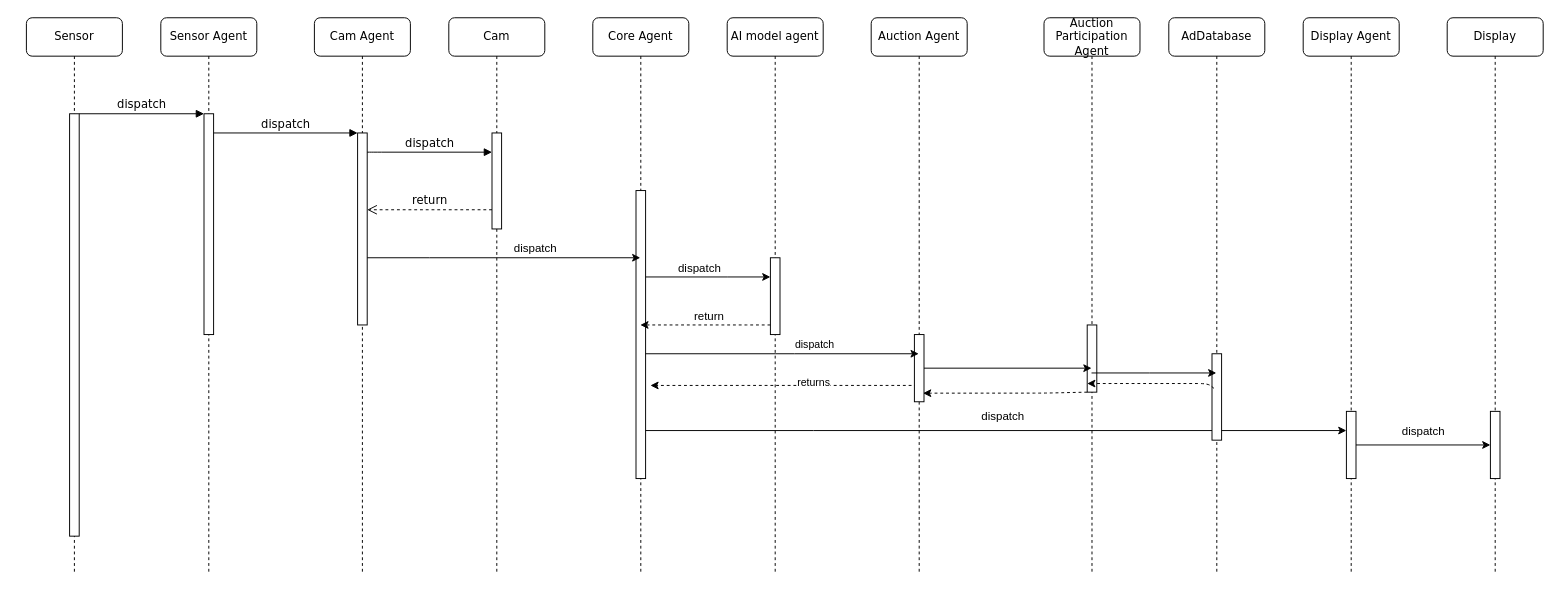
Before: sequence.drawio in Summorox/Indoor-Media-Advertisements-through-Facial-Recognition-, a draw.io diagram. Source tidied: cells renumbered, new cells numbered last; positions are measured from the earlier drawing's top-left corner, leaving out a move shared by most shapes. Both pictures are drawn from the tidied source at 96%, with x=0, y=0 at pixel (26, 17).
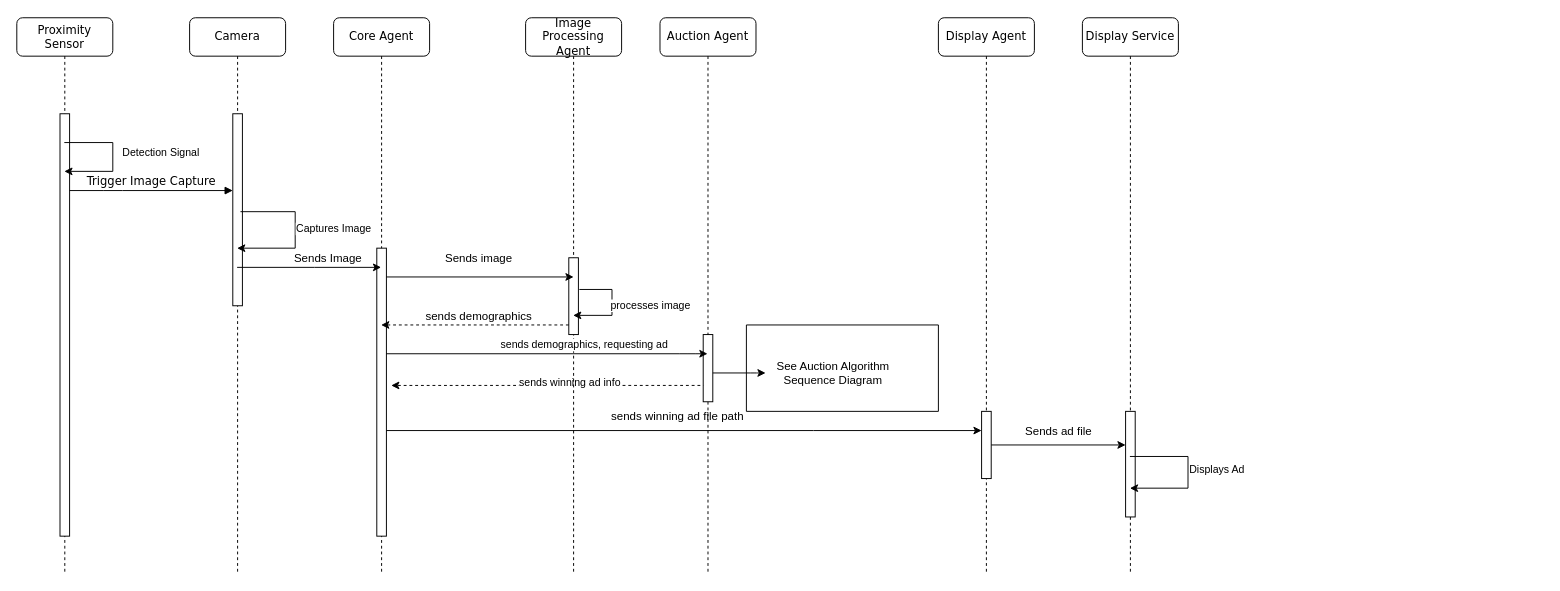
After the change.

Unchanged cells that the change refers to:
```xml
<mxCell id="10" style="html=1;points=[];perimeter=orthogonalPerimeter;rounded=0;shadow=0;comic=0;labelBackgroundColor=none;strokeWidth=1;fontFamily=Verdana;fontSize=12;align=center;" parent="9" vertex="1">
  <mxGeometry x="45" y="410" width="10" height="70" as="geometry" />
</mxCell>
<mxCell id="13" style="edgeStyle=none;html=1;dashed=1;exitX=0.3;exitY=0.757;exitDx=0;exitDy=0;exitPerimeter=0;" parent="11" edge="1" source="35">
  <mxGeometry relative="1" as="geometry">
    <mxPoint x="60" y="383" as="targetPoint" />
  </mxGeometry>
</mxCell>
<mxCell id="16" style="html=1;points=[];perimeter=orthogonalPerimeter;rounded=0;shadow=0;comic=0;labelBackgroundColor=none;strokeColor=#000000;strokeWidth=1;fillColor=#FFFFFF;fontFamily=Verdana;fontSize=12;fontColor=#000000;align=center;" parent="15" vertex="1">
  <mxGeometry x="45" y="250" width="10" height="80" as="geometry" />
</mxCell>
<mxCell id="18" style="html=1;points=[];perimeter=orthogonalPerimeter;rounded=0;shadow=0;comic=0;labelBackgroundColor=none;strokeWidth=1;fontFamily=Verdana;fontSize=12;align=center;" parent="17" vertex="1">
  <mxGeometry x="45" y="100" width="10" height="440" as="geometry" />
</mxCell>
<mxCell id="28" style="edgeStyle=orthogonalEdgeStyle;rounded=0;jettySize=auto;html=1;" parent="1" edge="1" source="12" target="10">
  <mxGeometry relative="1" as="geometry">
    <Array as="points">
      <mxPoint x="820" y="430" />
      <mxPoint x="820" y="430" />
    </Array>
  </mxGeometry>
</mxCell>
<mxCell id="35" style="html=1;points=[];perimeter=orthogonalPerimeter;rounded=0;shadow=0;comic=0;labelBackgroundColor=none;strokeWidth=1;fontFamily=Verdana;fontSize=12;align=center;" parent="34" vertex="1">
  <mxGeometry x="45" y="330" width="10" height="70" as="geometry" />
</mxCell>
```

The edit, as a diff of the source:
```diff
@@
-    <mxCell id="2" value="Sensor Agent" style="shape=umlLifeline;perimeter=lifelinePerimeter;whiteSpace=wrap;html=1;rounded=1;shadow=0;comic=0;labelBackgroundColor=none;strokeWidth=1;fontFamily=Verdana;fontSize=12;align=center;" parent="1" vertex="1">
-      <mxGeometry x="140" width="100" height="580" as="geometry" />
-    </mxCell>
-    <mxCell id="3" style="html=1;points=[];perimeter=orthogonalPerimeter;rounded=0;shadow=0;comic=0;labelBackgroundColor=none;strokeWidth=1;fontFamily=Verdana;fontSize=12;align=center;" parent="2" vertex="1">
-      <mxGeometry x="45" y="100" width="10" height="230" as="geometry" />
-    </mxCell>
-    <mxCell id="4" value="Cam Agent" style="shape=umlLifeline;perimeter=lifelinePerimeter;whiteSpace=wrap;html=1;outlineConnect=0;rounded=1;shadow=0;comic=0;labelBackgroundColor=none;strokeWidth=1;fontFamily=Verdana;fontSize=12;align=center;" parent="1" vertex="1">
-      <mxGeometry x="300" width="100" height="580" as="geometry" />
+    <mxCell id="4" value="Camera" style="shape=umlLifeline;perimeter=lifelinePerimeter;whiteSpace=wrap;html=1;outlineConnect=0;rounded=1;shadow=0;comic=0;labelBackgroundColor=none;strokeWidth=1;fontFamily=Verdana;fontSize=12;align=center;" parent="1" vertex="1">
+      <mxGeometry x="170" width="100" height="580" as="geometry" />
     </mxCell>
     <mxCell id="5" style="html=1;points=[];perimeter=orthogonalPerimeter;rounded=0;shadow=0;comic=0;labelBackgroundColor=none;strokeWidth=1;fontFamily=Verdana;fontSize=12;align=center;" parent="4" vertex="1">
-      <mxGeometry x="45" y="120" width="10" height="200" as="geometry" />
+      <mxGeometry x="45" y="100" width="10" height="200" as="geometry" />
     </mxCell>
-    <mxCell id="6" value="Cam" style="shape=umlLifeline;perimeter=lifelinePerimeter;whiteSpace=wrap;html=1;rounded=1;shadow=0;comic=0;labelBackgroundColor=none;strokeWidth=1;fontFamily=Verdana;fontSize=12;align=center;" parent="1" vertex="1">
-      <mxGeometry x="440" width="100" height="580" as="geometry" />
-    </mxCell>
-    <mxCell id="7" value="return" style="html=1;verticalAlign=bottom;endArrow=open;dashed=1;endSize=8;labelBackgroundColor=none;fontFamily=Verdana;fontSize=12;edgeStyle=elbowEdgeStyle;elbow=vertical;" parent="6" edge="1">
-      <mxGeometry relative="1" as="geometry">
-        <mxPoint x="45" y="200" as="sourcePoint" />
-        <mxPoint x="-85" y="200" as="targetPoint" />
-        <Array as="points">
-          <mxPoint x="-10" y="200" />
-          <mxPoint x="20" y="200" />
-        </Array>
-      </mxGeometry>
-    </mxCell>
-    <mxCell id="8" style="html=1;points=[];perimeter=orthogonalPerimeter;rounded=0;shadow=0;comic=0;labelBackgroundColor=none;strokeWidth=1;fontFamily=Verdana;fontSize=12;align=center;" parent="6" vertex="1">
-      <mxGeometry x="45" y="120" width="10" height="100" as="geometry" />
-    </mxCell>
+    <mxCell id="46" value="Captures Image" style="endArrow=classic;html=1;rounded=0;exitX=0.8;exitY=0.51;exitDx=0;exitDy=0;exitPerimeter=0;" parent="4" edge="1" source="5" target="4">
+      <mxGeometry x="-0.04" y="40" relative="1" as="geometry">
+        <Array as="points">
+          <mxPoint x="110" y="202" />
+          <mxPoint x="110" y="240" />
+        </Array>
+      </mxGeometry>
+    </mxCell>
     <mxCell id="9" value="Display Agent" style="shape=umlLifeline;perimeter=lifelinePerimeter;whiteSpace=wrap;html=1;rounded=1;shadow=0;comic=0;labelBackgroundColor=none;strokeWidth=1;fontFamily=Verdana;fontSize=12;align=center;" parent="1" vertex="1">
-      <mxGeometry x="1330" width="100" height="580" as="geometry" />
+      <mxGeometry x="950" width="100" height="580" as="geometry" />
     </mxCell>
@@
     <mxCell id="11" value="Core Agent" style="shape=umlLifeline;perimeter=lifelinePerimeter;whiteSpace=wrap;html=1;outlineConnect=0;rounded=1;shadow=0;comic=0;labelBackgroundColor=none;strokeWidth=1;fontFamily=Verdana;fontSize=12;align=center;" parent="1" vertex="1">
-      <mxGeometry x="590" width="100" height="580" as="geometry" />
+      <mxGeometry x="320" width="100" height="580" as="geometry" />
     </mxCell>
     <mxCell id="12" style="html=1;points=[];perimeter=orthogonalPerimeter;rounded=0;shadow=0;comic=0;labelBackgroundColor=none;strokeWidth=1;fontFamily=Verdana;fontSize=12;align=center;" parent="11" vertex="1">
-      <mxGeometry x="45" y="180" width="10" height="300" as="geometry" />
+      <mxGeometry x="45" y="240" width="10" height="300" as="geometry" />
     </mxCell>
@@
-    <mxCell id="14" value="returns" style="edgeLabel;html=1;align=center;verticalAlign=middle;" parent="13" vertex="1">
+    <mxCell id="14" value="sends winning ad info" style="edgeLabel;html=1;align=center;verticalAlign=middle;" parent="13" vertex="1">
       <mxGeometry x="-0.29" y="-3" relative="1" as="geometry">
-        <mxPoint x="-9" as="offset" />
+        <mxPoint x="-26" as="offset" />
       </mxGeometry>
     </mxCell>
-    <mxCell id="15" value="AI model agent" style="shape=umlLifeline;perimeter=lifelinePerimeter;whiteSpace=wrap;html=1;outlineConnect=0;rounded=1;shadow=0;comic=0;labelBackgroundColor=none;strokeWidth=1;fontFamily=Verdana;fontSize=12;align=center;" parent="1" vertex="1">
-      <mxGeometry x="730" width="100" height="580" as="geometry" />
+    <mxCell id="15" value="Image Processing Agent" style="shape=umlLifeline;perimeter=lifelinePerimeter;whiteSpace=wrap;html=1;outlineConnect=0;rounded=1;shadow=0;comic=0;labelBackgroundColor=none;strokeWidth=1;fontFamily=Verdana;fontSize=12;align=center;" parent="1" vertex="1">
+      <mxGeometry x="520" width="100" height="580" as="geometry" />
     </mxCell>
@@
+    <mxCell id="47" value="processes image" style="endArrow=classic;html=1;rounded=0;exitX=1.1;exitY=0.413;exitDx=0;exitDy=0;exitPerimeter=0;" parent="15" edge="1" source="16" target="15">
+      <mxGeometry y="40" relative="1" as="geometry">
+        <Array as="points">
+          <mxPoint x="90" y="283" />
+          <mxPoint x="90" y="310" />
+        </Array>
+      </mxGeometry>
+    </mxCell>
-    <mxCell id="17" value="Sensor" style="shape=umlLifeline;perimeter=lifelinePerimeter;whiteSpace=wrap;html=1;outlineConnect=0;rounded=1;shadow=0;comic=0;labelBackgroundColor=none;strokeWidth=1;fontFamily=Verdana;fontSize=12;align=center;" parent="1" vertex="1">
-      <mxGeometry width="100" height="580" as="geometry" />
+    <mxCell id="17" value="Proximity Sensor" style="shape=umlLifeline;perimeter=lifelinePerimeter;whiteSpace=wrap;html=1;outlineConnect=0;rounded=1;shadow=0;comic=0;labelBackgroundColor=none;strokeWidth=1;fontFamily=Verdana;fontSize=12;align=center;" parent="1" vertex="1">
+      <mxGeometry x="-10" width="100" height="580" as="geometry" />
     </mxCell>
@@
-    <mxCell id="19" value="dispatch" style="html=1;verticalAlign=bottom;endArrow=block;labelBackgroundColor=none;fontFamily=Verdana;fontSize=12;edgeStyle=elbowEdgeStyle;elbow=vertical;" parent="1" edge="1" source="5" target="8">
-      <mxGeometry relative="1" as="geometry">
-        <Array as="points">
-          <mxPoint x="360" y="140" />
-        </Array>
-      </mxGeometry>
-    </mxCell>
-    <mxCell id="20" value="dispatch" style="html=1;verticalAlign=bottom;endArrow=block;entryX=0;entryY=0;labelBackgroundColor=none;fontFamily=Verdana;fontSize=12;edgeStyle=elbowEdgeStyle;elbow=vertical;" parent="1" edge="1" source="18" target="3">
-      <mxGeometry relative="1" as="geometry" />
+    <mxCell id="20" value="Trigger Image Capture" style="html=1;verticalAlign=bottom;endArrow=block;labelBackgroundColor=none;fontFamily=Verdana;fontSize=12;edgeStyle=elbowEdgeStyle;elbow=vertical;" parent="1" edge="1" source="18" target="5">
+      <mxGeometry relative="1" as="geometry">
+        <Array as="points">
+          <mxPoint x="90" y="180" />
+          <mxPoint x="110" y="270" />
+          <mxPoint x="110" y="170" />
+          <mxPoint x="190" y="130" />
+        </Array>
+      </mxGeometry>
     </mxCell>
-    <mxCell id="21" value="dispatch" style="html=1;verticalAlign=bottom;endArrow=block;entryX=0;entryY=0;labelBackgroundColor=none;fontFamily=Verdana;fontSize=12;edgeStyle=elbowEdgeStyle;elbow=vertical;" parent="1" edge="1" source="3" target="5">
-      <mxGeometry relative="1" as="geometry" />
-    </mxCell>
-    <mxCell id="22" style="edgeStyle=orthogonalEdgeStyle;rounded=0;jettySize=auto;html=1;" parent="1" edge="1" source="12" target="16">
-      <mxGeometry relative="1" as="geometry">
-        <Array as="points">
-          <mxPoint x="730" y="270" />
-          <mxPoint x="730" y="270" />
-        </Array>
-      </mxGeometry>
-    </mxCell>
-    <mxCell id="23" value="&lt;font style=&quot;font-size: 12px;&quot;&gt;dispatch&lt;/font&gt;" style="edgeLabel;html=1;align=center;verticalAlign=middle;" parent="22" vertex="1">
-      <mxGeometry x="0.22" y="2" relative="1" as="geometry">
-        <mxPoint x="-24" y="-8" as="offset" />
-      </mxGeometry>
-    </mxCell>
     <mxCell id="24" style="edgeStyle=orthogonalEdgeStyle;rounded=0;jettySize=auto;html=1;strokeColor=default;dashed=1;" parent="1" edge="1" source="16" target="11">
       <mxGeometry relative="1" as="geometry">
         <Array as="points">
-          <mxPoint x="750" y="320" />
-          <mxPoint x="750" y="320" />
+          <mxPoint x="550" y="320" />
+          <mxPoint x="550" y="320" />
         </Array>
       </mxGeometry>
     </mxCell>
-    <mxCell id="25" value="&lt;font style=&quot;font-size: 12px;&quot;&gt;return&lt;/font&gt;" style="edgeLabel;html=1;align=center;verticalAlign=middle;" parent="24" vertex="1">
+    <mxCell id="25" value="&lt;span style=&quot;font-size: 12px;&quot;&gt;sends demographics&lt;/span&gt;" style="edgeLabel;html=1;align=center;verticalAlign=middle;" parent="24" vertex="1">
       <mxGeometry x="0.67" y="1" relative="1" as="geometry">
-        <mxPoint x="48" y="-11" as="offset" />
+        <mxPoint x="68" y="-11" as="offset" />
       </mxGeometry>
     </mxCell>
-    <mxCell id="26" style="edgeStyle=orthogonalEdgeStyle;rounded=0;jettySize=auto;html=1;" parent="1" edge="1" source="5" target="11">
+    <mxCell id="26" style="edgeStyle=orthogonalEdgeStyle;rounded=0;jettySize=auto;html=1;" parent="1" edge="1" source="4" target="11">
       <mxGeometry relative="1" as="geometry">
         <Array as="points">
-          <mxPoint x="420" y="250" />
-          <mxPoint x="420" y="250" />
+          <mxPoint x="300" y="260" />
+          <mxPoint x="300" y="260" />
         </Array>
       </mxGeometry>
     </mxCell>
-    <mxCell id="27" value="&lt;font style=&quot;font-size: 12px;&quot;&gt;dispatch&lt;/font&gt;" style="edgeLabel;html=1;align=center;verticalAlign=middle;" parent="26" vertex="1">
+    <mxCell id="27" value="&lt;font style=&quot;font-size: 12px;&quot;&gt;Sends Image&lt;/font&gt;" style="edgeLabel;html=1;align=center;verticalAlign=middle;" parent="26" vertex="1">
       <mxGeometry x="-0.16" y="-3" relative="1" as="geometry">
-        <mxPoint x="55" y="-13" as="offset" />
+        <mxPoint x="31" y="-13" as="offset" />
       </mxGeometry>
     </mxCell>
@@
-    <mxCell id="29" value="&lt;font style=&quot;font-size: 12px;&quot;&gt;dispatch&lt;/font&gt;" style="edgeLabel;html=1;align=center;verticalAlign=middle;" parent="28" vertex="1">
+    <mxCell id="29" value="&lt;font style=&quot;font-size: 12px;&quot;&gt;sends winning ad file path&lt;/font&gt;" style="edgeLabel;html=1;align=center;verticalAlign=middle;" parent="28" vertex="1">
       <mxGeometry x="0.24" y="-5" relative="1" as="geometry">
         <mxPoint x="-82" y="-20" as="offset" />
       </mxGeometry>
     </mxCell>
-    <mxCell id="30" value="Display" style="shape=umlLifeline;perimeter=lifelinePerimeter;whiteSpace=wrap;html=1;outlineConnect=0;rounded=1;shadow=0;comic=0;labelBackgroundColor=none;strokeWidth=1;fontFamily=Verdana;fontSize=12;align=center;" parent="1" vertex="1">
-      <mxGeometry x="1480" width="100" height="580" as="geometry" />
+    <mxCell id="30" value="Display Service" style="shape=umlLifeline;perimeter=lifelinePerimeter;whiteSpace=wrap;html=1;outlineConnect=0;rounded=1;shadow=0;comic=0;labelBackgroundColor=none;strokeWidth=1;fontFamily=Verdana;fontSize=12;align=center;" parent="1" vertex="1">
+      <mxGeometry x="1100" width="100" height="580" as="geometry" />
     </mxCell>
     <mxCell id="31" style="html=1;points=[];perimeter=orthogonalPerimeter;rounded=0;shadow=0;comic=0;labelBackgroundColor=none;strokeWidth=1;fontFamily=Verdana;fontSize=12;align=center;" parent="30" vertex="1">
-      <mxGeometry x="45" y="410" width="10" height="70" as="geometry" />
+      <mxGeometry x="45" y="410" width="10" height="110" as="geometry" />
     </mxCell>
     <mxCell id="32" style="edgeStyle=orthogonalEdgeStyle;rounded=0;jettySize=auto;html=1;" parent="1" edge="1" source="10" target="31">
-      <mxGeometry relative="1" as="geometry" />
+      <mxGeometry relative="1" as="geometry">
+        <Array as="points">
+          <mxPoint x="1110" y="445" />
+          <mxPoint x="1110" y="445" />
+        </Array>
+      </mxGeometry>
     </mxCell>
-    <mxCell id="33" value="&lt;div&gt;&lt;font style=&quot;font-size: 12px;&quot;&gt;dispatch&lt;/font&gt;&lt;/div&gt;" style="edgeLabel;html=1;align=center;verticalAlign=middle;" parent="32" vertex="1">
+    <mxCell id="33" value="&lt;div&gt;&lt;font style=&quot;font-size: 12px;&quot;&gt;Sends ad file&lt;/font&gt;&lt;/div&gt;" style="edgeLabel;html=1;align=center;verticalAlign=middle;" parent="32" vertex="1">
       <mxGeometry x="0.25" y="-2" relative="1" as="geometry">
         <mxPoint x="-19" y="-17" as="offset" />
       </mxGeometry>
     </mxCell>
     <mxCell id="34" value="Auction Agent" style="shape=umlLifeline;perimeter=lifelinePerimeter;whiteSpace=wrap;html=1;outlineConnect=0;rounded=1;shadow=0;comic=0;labelBackgroundColor=none;strokeWidth=1;fontFamily=Verdana;fontSize=12;align=center;" parent="1" vertex="1">
-      <mxGeometry x="880" width="100" height="580" as="geometry" />
+      <mxGeometry x="660" width="100" height="580" as="geometry" />
     </mxCell>
@@
-    <mxCell id="36" value="Auction Participation Agent" style="shape=umlLifeline;perimeter=lifelinePerimeter;whiteSpace=wrap;html=1;outlineConnect=0;rounded=1;shadow=0;comic=0;labelBackgroundColor=none;strokeWidth=1;fontFamily=Verdana;fontSize=12;align=center;" parent="1" vertex="1">
-      <mxGeometry x="1060" width="100" height="580" as="geometry" />
-    </mxCell>
-    <mxCell id="37" style="html=1;points=[];perimeter=orthogonalPerimeter;rounded=0;shadow=0;comic=0;labelBackgroundColor=none;strokeWidth=1;fontFamily=Verdana;fontSize=12;align=center;" parent="36" vertex="1">
-      <mxGeometry x="45" y="320" width="10" height="70" as="geometry" />
-    </mxCell>
     <mxCell id="38" style="edgeStyle=none;html=1;" parent="1" edge="1" source="12" target="34">
       <mxGeometry relative="1" as="geometry">
         <Array as="points">
-          <mxPoint x="790" y="350" />
+          <mxPoint x="690" y="350" />
         </Array>
       </mxGeometry>
     </mxCell>
-    <mxCell id="39" value="dispatch" style="edgeLabel;html=1;align=center;verticalAlign=middle;" parent="38" vertex="1">
+    <mxCell id="39" value="sends demographics, requesting ad" style="edgeLabel;html=1;align=center;verticalAlign=middle;" parent="38" vertex="1">
       <mxGeometry x="0.21" y="1" relative="1" as="geometry">
         <mxPoint x="3" y="-9" as="offset" />
       </mxGeometry>
     </mxCell>
-    <mxCell id="40" style="edgeStyle=none;html=1;" parent="1" edge="1" source="35" target="36">
-      <mxGeometry relative="1" as="geometry" />
+    <mxCell id="40" style="edgeStyle=none;html=1;" parent="1" edge="1" source="35" target="52">
+      <mxGeometry relative="1" as="geometry">
+        <Array as="points">
+          <mxPoint x="760" y="370" />
+        </Array>
+      </mxGeometry>
     </mxCell>
-    <mxCell id="41" style="edgeStyle=none;html=1;entryX=0.901;entryY=0.872;entryDx=0;entryDy=0;entryPerimeter=0;dashed=1;" parent="1" edge="1" source="37" target="35">
-      <mxGeometry relative="1" as="geometry">
-        <Array as="points">
-          <mxPoint x="1060" y="391" />
-        </Array>
-      </mxGeometry>
-    </mxCell>
-    <mxCell id="42" value="AdDatabase" style="shape=umlLifeline;perimeter=lifelinePerimeter;whiteSpace=wrap;html=1;outlineConnect=0;rounded=1;shadow=0;comic=0;labelBackgroundColor=none;strokeWidth=1;fontFamily=Verdana;fontSize=12;align=center;" parent="1" vertex="1">
-      <mxGeometry x="1190" width="100" height="580" as="geometry" />
-    </mxCell>
-    <mxCell id="43" style="html=1;points=[];perimeter=orthogonalPerimeter;rounded=0;shadow=0;comic=0;labelBackgroundColor=none;strokeWidth=1;fontFamily=Verdana;fontSize=12;align=center;" parent="42" vertex="1">
-      <mxGeometry x="45" y="350" width="10" height="90" as="geometry" />
-    </mxCell>
-    <mxCell id="44" style="edgeStyle=none;html=1;entryX=0.901;entryY=0.872;entryDx=0;entryDy=0;entryPerimeter=0;dashed=1;exitX=0.2;exitY=0.4;exitDx=0;exitDy=0;exitPerimeter=0;" parent="42" edge="1" source="43">
-      <mxGeometry relative="1" as="geometry">
-        <mxPoint x="-85" y="381" as="targetPoint" />
-        <Array as="points">
-          <mxPoint x="41" y="381" />
-        </Array>
-      </mxGeometry>
-    </mxCell>
-    <mxCell id="45" style="endArrow=classic;html=1;rounded=0;" parent="1" edge="1" source="36" target="42">
-      <mxGeometry relative="1" as="geometry">
-        <Array as="points">
-          <mxPoint x="1170" y="370" />
-        </Array>
-      </mxGeometry>
-    </mxCell>
+    <mxCell id="48" value="Detection Signal" style="endArrow=classic;html=1;rounded=0;" parent="1" edge="1" source="17" target="17">
+      <mxGeometry x="-0.08" y="50" relative="1" as="geometry">
+        <Array as="points">
+          <mxPoint x="90" y="130" />
+          <mxPoint x="90" y="160" />
+        </Array>
+      </mxGeometry>
+    </mxCell>
+    <mxCell id="49" style="edgeStyle=orthogonalEdgeStyle;rounded=0;orthogonalLoop=1;jettySize=auto;html=1;" parent="1" edge="1">
+      <mxGeometry relative="1" as="geometry">
+        <mxPoint x="375" y="270" as="sourcePoint" />
+        <mxPoint x="570" y="270" as="targetPoint" />
+      </mxGeometry>
+    </mxCell>
+    <mxCell id="50" value="&lt;font style=&quot;font-size: 12px;&quot;&gt;Sends image&lt;/font&gt;" style="edgeLabel;html=1;align=center;verticalAlign=middle;" parent="49" vertex="1">
+      <mxGeometry x="-0.16" y="-3" relative="1" as="geometry">
+        <mxPoint x="13" y="-23" as="offset" />
+      </mxGeometry>
+    </mxCell>
+    <mxCell id="51" style="swimlane;startSize=0;" parent="1" vertex="1">
+      <mxGeometry x="750" y="320" width="200" height="90" as="geometry" />
+    </mxCell>
+    <mxCell id="52" value="See Auction Algorithm &lt;br&gt;Sequence Diagram" style="text;html=1;align=center;verticalAlign=middle;points=[];strokeColor=none;fillColor=none;" parent="51" vertex="1">
+      <mxGeometry x="20" y="30" width="140" height="40" as="geometry" />
+    </mxCell>
+    <mxCell id="53" value="Displays Ad" style="endArrow=classic;html=1;rounded=0;" parent="1" edge="1" source="30" target="30">
+      <mxGeometry x="-0.05" y="30" relative="1" as="geometry">
+        <Array as="points">
+          <mxPoint x="1210" y="457" />
+          <mxPoint x="1210" y="490" />
+        </Array>
+        <mxPoint y="1" as="offset" />
+      </mxGeometry>
+    </mxCell>
```
